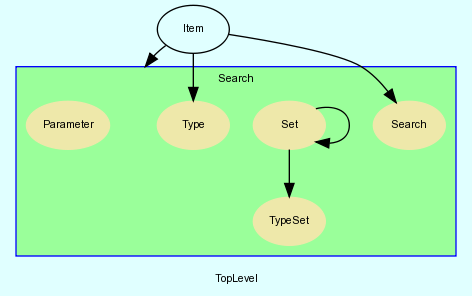
Before: doc/dot/f_6.png, a diagram exported from Graphviz (ddiez/seqminer). Its source is kept beside it as doc/dot/f_6.dot. The source it was exported from:
```dot
digraph TopLevel {
    label = "TopLevel"
    compound = true
    fontname = Arial
    fontsize = 8
    bgcolor = lightcyan1
    node [
        color = black,
        fontname = Arial,
        fontsize = 8
    ]

    Item [
        URL = "classes/Item.html",
        label = "Item"
    ]

    Item -> Search__Search [

    ]

    Search__Set -> Search__TypeSet [

    ]

    Search__Set -> Search__Set [

    ]

    Item -> Search__Type [

    ]

    subgraph cluster_Search {
        label = "Search"
        fillcolor = palegreen1
        URL = "classes/Search.html"
        color = blue
        fontname = Arial
        style = filled
        Search [
            shape = plaintext,
            height = 0.01,
            width = 0.01,
            label = ""
        ]

        Search__Search [
            fontcolor = black,
            shape = ellipse,
            URL = "classes/Search/Search.html",
            color = palegoldenrod,
            style = filled,
            label = "Search"
        ]

        Search__TypeSet [
            fontcolor = black,
            shape = ellipse,
            URL = "classes/Search/TypeSet.html",
            color = palegoldenrod,
            style = filled,
            label = "TypeSet"
        ]

        Search__Set [
            fontcolor = black,
            shape = ellipse,
            URL = "classes/Search/Set.html",
            color = palegoldenrod,
            style = filled,
            label = "Set"
        ]

        Search__Parameter [
            fontcolor = black,
            shape = ellipse,
            URL = "classes/Search/Parameter.html",
            color = palegoldenrod,
            style = filled,
            label = "Parameter"
        ]

        Search__Type [
            fontcolor = black,
            shape = ellipse,
            URL = "classes/Search/Type.html",
            color = palegoldenrod,
            style = filled,
            label = "Type"
        ]

    }

    Item -> Search [
        lhead = cluster_Search
    ]

}
```
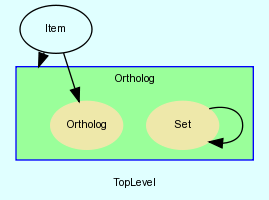
Above is the later version.

What changed in the source:
```diff
@@ -10,90 +10,55 @@
         fontsize = 8
     ]
 
+    Ortholog__Set -> Ortholog__Set [
+
+    ]
+
     Item [
         URL = "classes/Item.html",
         label = "Item"
     ]
 
-    Item -> Search__Search [
+    Item -> Ortholog__Ortholog [
 
     ]
 
-    Search__Set -> Search__TypeSet [
-
-    ]
-
-    Search__Set -> Search__Set [
-
-    ]
-
-    Item -> Search__Type [
-
-    ]
-
-    subgraph cluster_Search {
-        label = "Search"
+    subgraph cluster_Ortholog {
+        label = "Ortholog"
         fillcolor = palegreen1
-        URL = "classes/Search.html"
+        URL = "classes/Ortholog.html"
         color = blue
         fontname = Arial
         style = filled
-        Search [
+        Ortholog [
             shape = plaintext,
             height = 0.01,
             width = 0.01,
             label = ""
         ]
 
-        Search__Search [
+        Ortholog__Set [
             fontcolor = black,
             shape = ellipse,
-            URL = "classes/Search/Search.html",
-            color = palegoldenrod,
-            style = filled,
-            label = "Search"
-        ]
-
-        Search__TypeSet [
-            fontcolor = black,
-            shape = ellipse,
-            URL = "classes/Search/TypeSet.html",
-            color = palegoldenrod,
-            style = filled,
-            label = "TypeSet"
-        ]
-
-        Search__Set [
-            fontcolor = black,
-            shape = ellipse,
-            URL = "classes/Search/Set.html",
+            URL = "classes/Ortholog/Set.html",
             color = palegoldenrod,
             style = filled,
             label = "Set"
         ]
 
-        Search__Parameter [
+        Ortholog__Ortholog [
             fontcolor = black,
             shape = ellipse,
-            URL = "classes/Search/Parameter.html",
+            URL = "classes/Ortholog/Ortholog.html",
             color = palegoldenrod,
             style = filled,
-            label = "Parameter"
-        ]
-
-        Search__Type [
-            fontcolor = black,
-            shape = ellipse,
-            URL = "classes/Search/Type.html",
-            color = palegoldenrod,
-            style = filled,
-            label = "Type"
+            label = "Ortholog"
         ]
 
     }
 
-    Item -> Search [
-        lhead = cluster_Search
+    Item -> Ortholog [
+        lhead = cluster_Ortholog
     ]
 
 }
```
